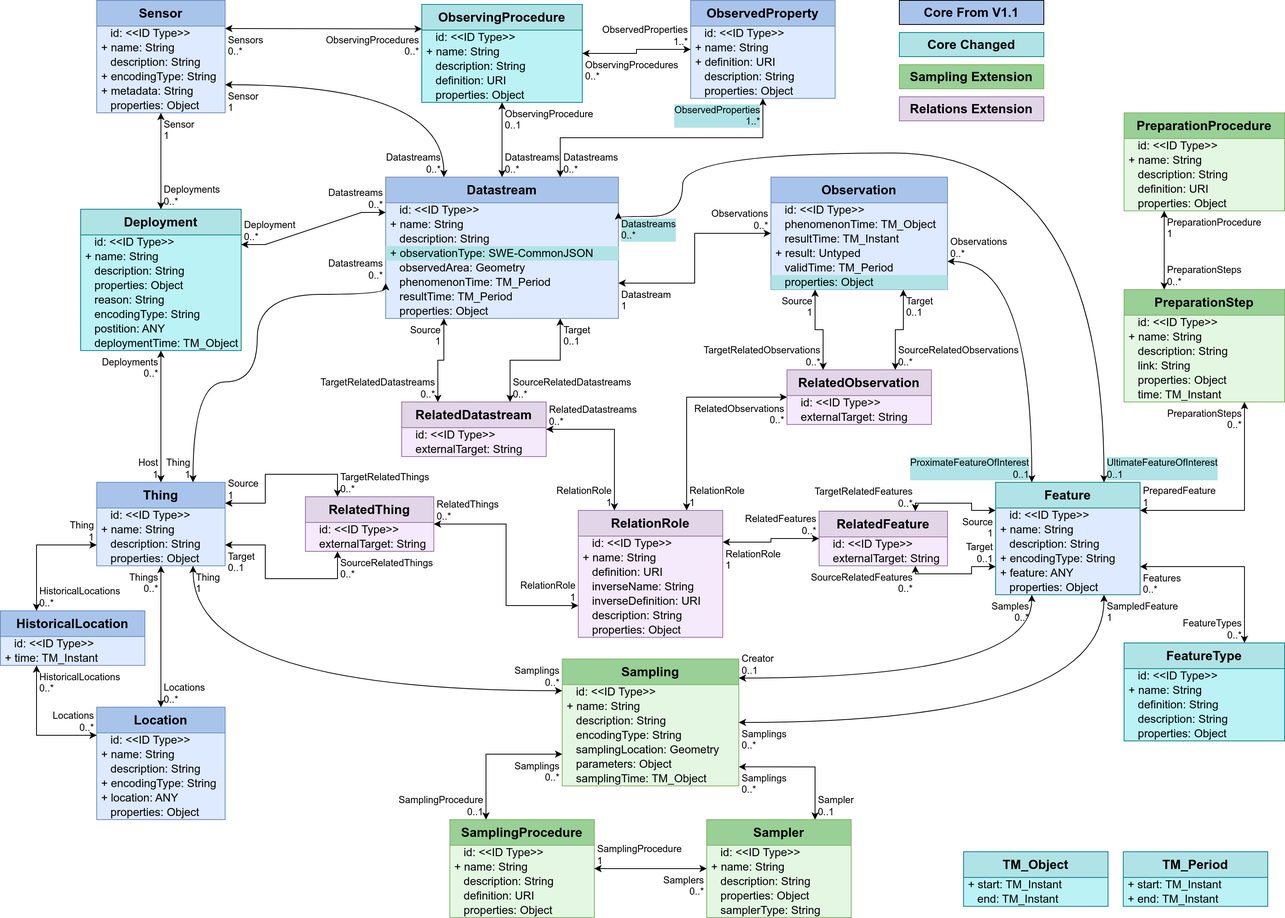
opengeospatial/sensorthings keeps this draw.io diagram as figures/Datamodel-SensorThingsApi-V2-proposal-1.drawio.png. Above is the earlier version. Source tidied: cells renumbered, new cells last; positions are measured from the earlier drawing's top-left corner, leaving out a move shared by most shapes.
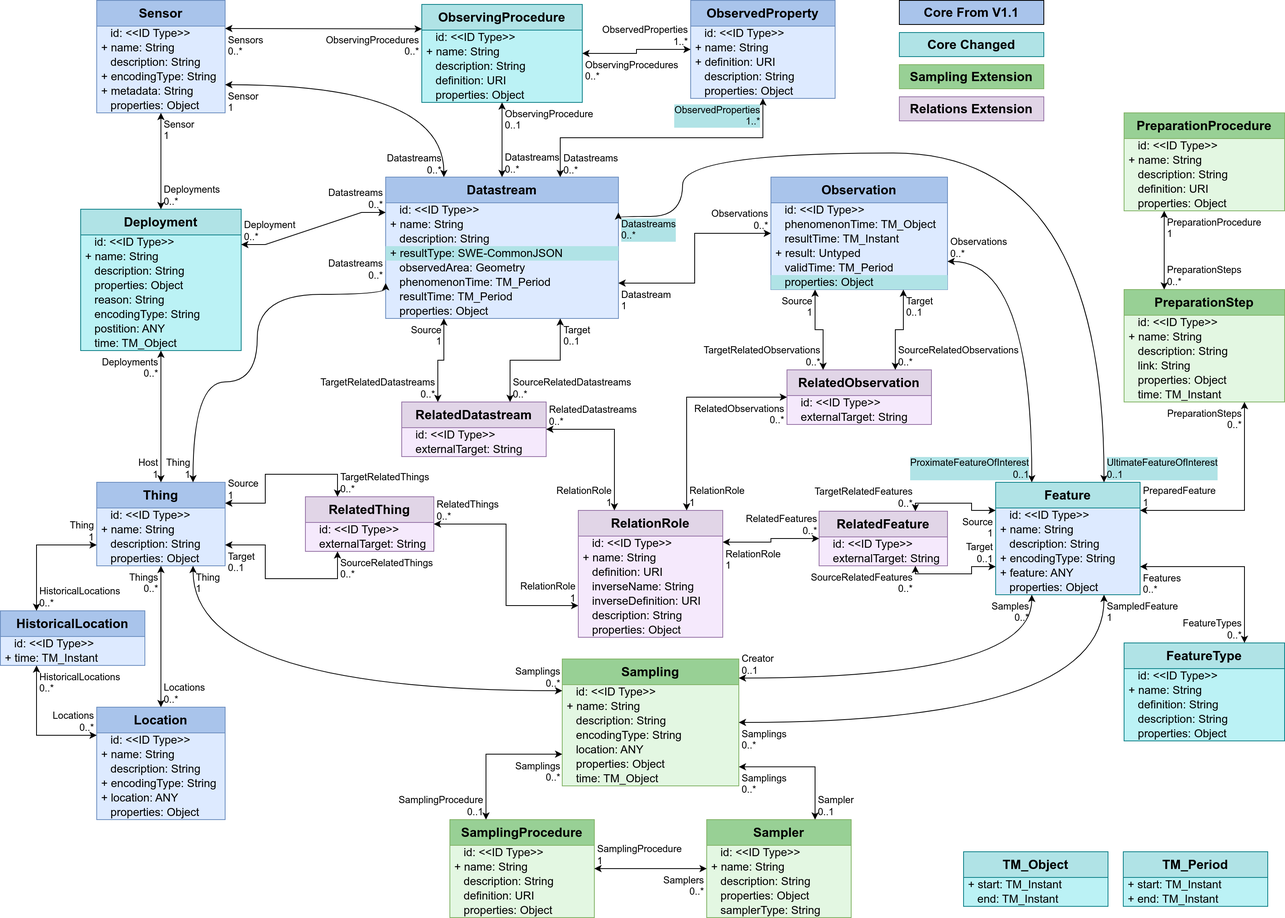
Later version of the same file.

What changed in the source:
```diff
@@ -14,7 +14,7 @@
     <mxCell id="5" value="&amp;nbsp; &amp;nbsp;description: String" style="text;strokeColor=none;fillColor=none;align=left;verticalAlign=middle;spacingLeft=4;spacingRight=4;overflow=visible;html=1;fontSize=14;" parent="2" vertex="1">
       <mxGeometry y="68" width="290" height="18" as="geometry" />
     </mxCell>
-    <mxCell id="6" value="+ observationType: SWE-CommonJSON" style="text;strokeColor=none;fillColor=#b0e3e6;align=left;verticalAlign=middle;spacingLeft=4;spacingRight=4;overflow=visible;html=1;fontSize=14;" parent="2" vertex="1">
+    <mxCell id="6" value="+ resultType: SWE-CommonJSON" style="text;strokeColor=none;fillColor=#b0e3e6;align=left;verticalAlign=middle;spacingLeft=4;spacingRight=4;overflow=visible;html=1;fontSize=14;" parent="2" vertex="1">
       <mxGeometry y="86" width="290" height="18" as="geometry" />
     </mxCell>
     <mxCell id="7" value="&amp;nbsp;&amp;nbsp;&amp;nbsp;observedArea: Geometry" style="text;strokeColor=none;fillColor=none;align=left;verticalAlign=middle;spacingLeft=4;spacingRight=4;overflow=visible;html=1;fontSize=14;" parent="2" vertex="1">
@@ -53,7 +53,7 @@
     <mxCell id="18" value="&amp;nbsp;&amp;nbsp;&amp;nbsp;postition: ANY" style="text;strokeColor=none;fillColor=none;align=left;verticalAlign=middle;spacingLeft=4;spacingRight=4;overflow=visible;html=1;fontSize=14;" parent="11" vertex="1">
       <mxGeometry y="140" width="200" height="18" as="geometry" />
     </mxCell>
-    <mxCell id="19" value="&amp;nbsp;&amp;nbsp;&amp;nbsp;deploymentTime: TM_Object" style="text;strokeColor=none;fillColor=none;align=left;verticalAlign=middle;spacingLeft=4;spacingRight=4;overflow=visible;html=1;fontSize=14;" parent="11" vertex="1">
+    <mxCell id="19" value="&amp;nbsp;&amp;nbsp;&amp;nbsp;time: TM_Object" style="text;strokeColor=none;fillColor=none;align=left;verticalAlign=middle;spacingLeft=4;spacingRight=4;overflow=visible;html=1;fontSize=14;" parent="11" vertex="1">
       <mxGeometry y="158" width="200" height="18" as="geometry" />
     </mxCell>
     <mxCell id="20" value="Feature" style="swimlane;fontStyle=1;horizontal=1;startSize=32;fontSize=16;whiteSpace=wrap;html=1;fillColor=#b0e3e6;strokeColor=#0e8088;swimlaneFillColor=#DDEAFF;verticalAlign=top;" parent="1" vertex="1">
@@ -491,13 +491,13 @@
     <mxCell id="162" value="&amp;nbsp;&amp;nbsp;&amp;nbsp;encodingType: String" style="text;strokeColor=none;fillColor=none;align=left;verticalAlign=middle;spacingLeft=4;spacingRight=4;overflow=visible;html=1;fontSize=14;" parent="158" vertex="1">
       <mxGeometry y="86" width="220" height="18" as="geometry" />
     </mxCell>
-    <mxCell id="163" value="&amp;nbsp;&amp;nbsp;&amp;nbsp;samplingLocation: Geometry" style="text;strokeColor=none;fillColor=none;align=left;verticalAlign=middle;spacingLeft=4;spacingRight=4;overflow=visible;html=1;fontSize=14;" parent="158" vertex="1">
+    <mxCell id="163" value="&amp;nbsp;&amp;nbsp;&amp;nbsp;location: ANY" style="text;strokeColor=none;fillColor=none;align=left;verticalAlign=middle;spacingLeft=4;spacingRight=4;overflow=visible;html=1;fontSize=14;" parent="158" vertex="1">
       <mxGeometry y="104" width="220" height="18" as="geometry" />
     </mxCell>
-    <mxCell id="164" value="&amp;nbsp;&amp;nbsp;&amp;nbsp;parameters: Object" style="text;strokeColor=none;fillColor=none;align=left;verticalAlign=middle;spacingLeft=4;spacingRight=4;overflow=visible;html=1;fontSize=14;" parent="158" vertex="1">
+    <mxCell id="164" value="&amp;nbsp;&amp;nbsp;&amp;nbsp;properties: Object" style="text;strokeColor=none;fillColor=none;align=left;verticalAlign=middle;spacingLeft=4;spacingRight=4;overflow=visible;html=1;fontSize=14;" parent="158" vertex="1">
       <mxGeometry y="122" width="220" height="18" as="geometry" />
     </mxCell>
-    <mxCell id="165" value="&amp;nbsp; &amp;nbsp;samplingTime: TM_Object" style="text;strokeColor=none;fillColor=none;align=left;verticalAlign=middle;spacingLeft=4;spacingRight=4;overflow=visible;html=1;fontSize=14;" parent="158" vertex="1">
+    <mxCell id="165" value="&amp;nbsp; &amp;nbsp;time: TM_Object" style="text;strokeColor=none;fillColor=none;align=left;verticalAlign=middle;spacingLeft=4;spacingRight=4;overflow=visible;html=1;fontSize=14;" parent="158" vertex="1">
       <mxGeometry y="140" width="220" height="18" as="geometry" />
     </mxCell>
     <mxCell id="166" style="endArrow=classic;startArrow=classic;html=1;rounded=0;entryX=0.75;entryY=1;entryDx=0;entryDy=0;edgeStyle=orthogonalEdgeStyle;curved=1;exitX=1;exitY=0.5;exitDx=0;exitDy=0;exitPerimeter=0;" parent="1" edge="1" source="158" target="20">
```
